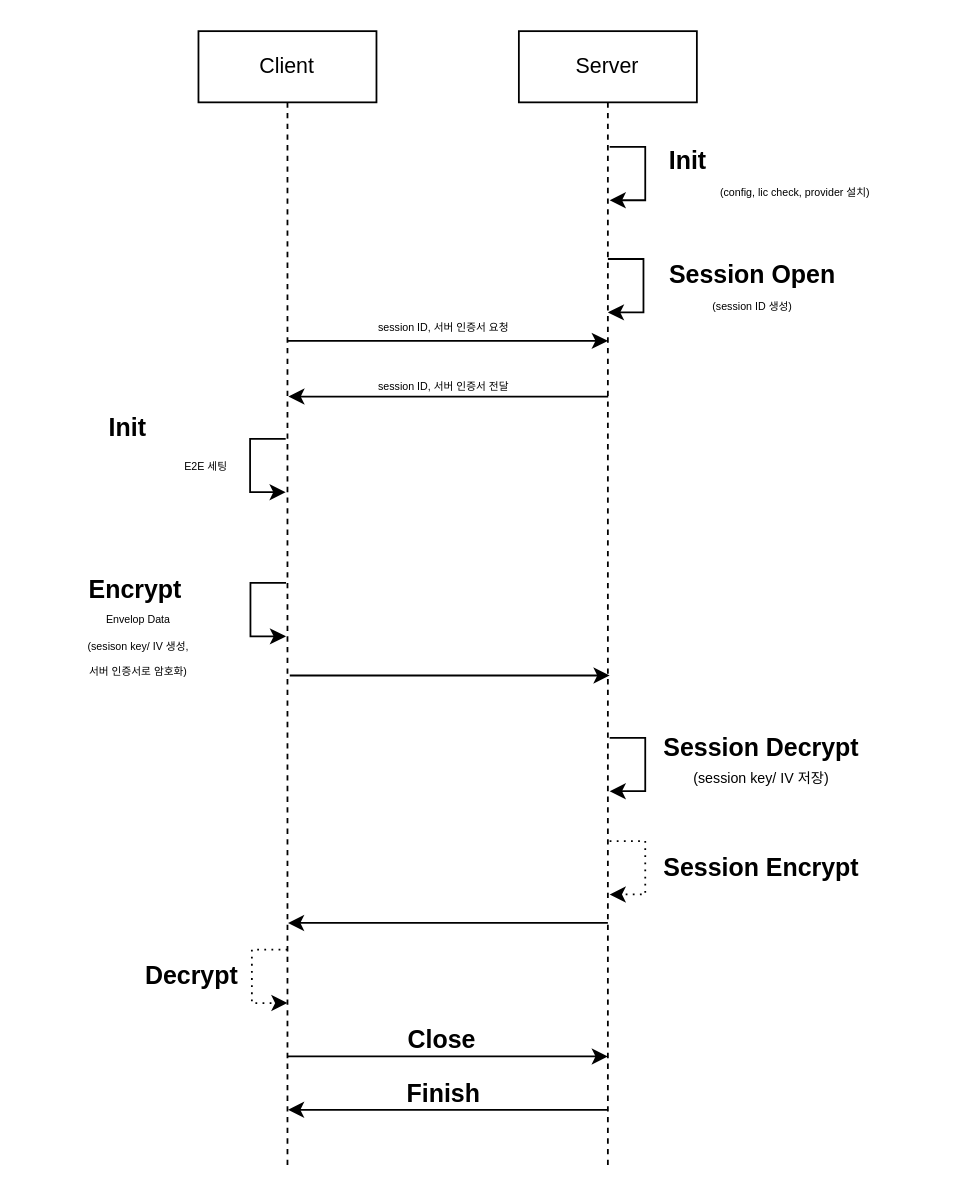
Before: 제목 없는 다이어그램.drawio in Gichan94/korea_b, a draw.io diagram. Source tidied: cells renumbered, new cells numbered last; positions are measured from the earlier drawing's top-left corner, leaving out a move shared by most shapes. Both pictures are drawn from the tidied source at 178%, with x=0, y=0 at pixel (30, 30).
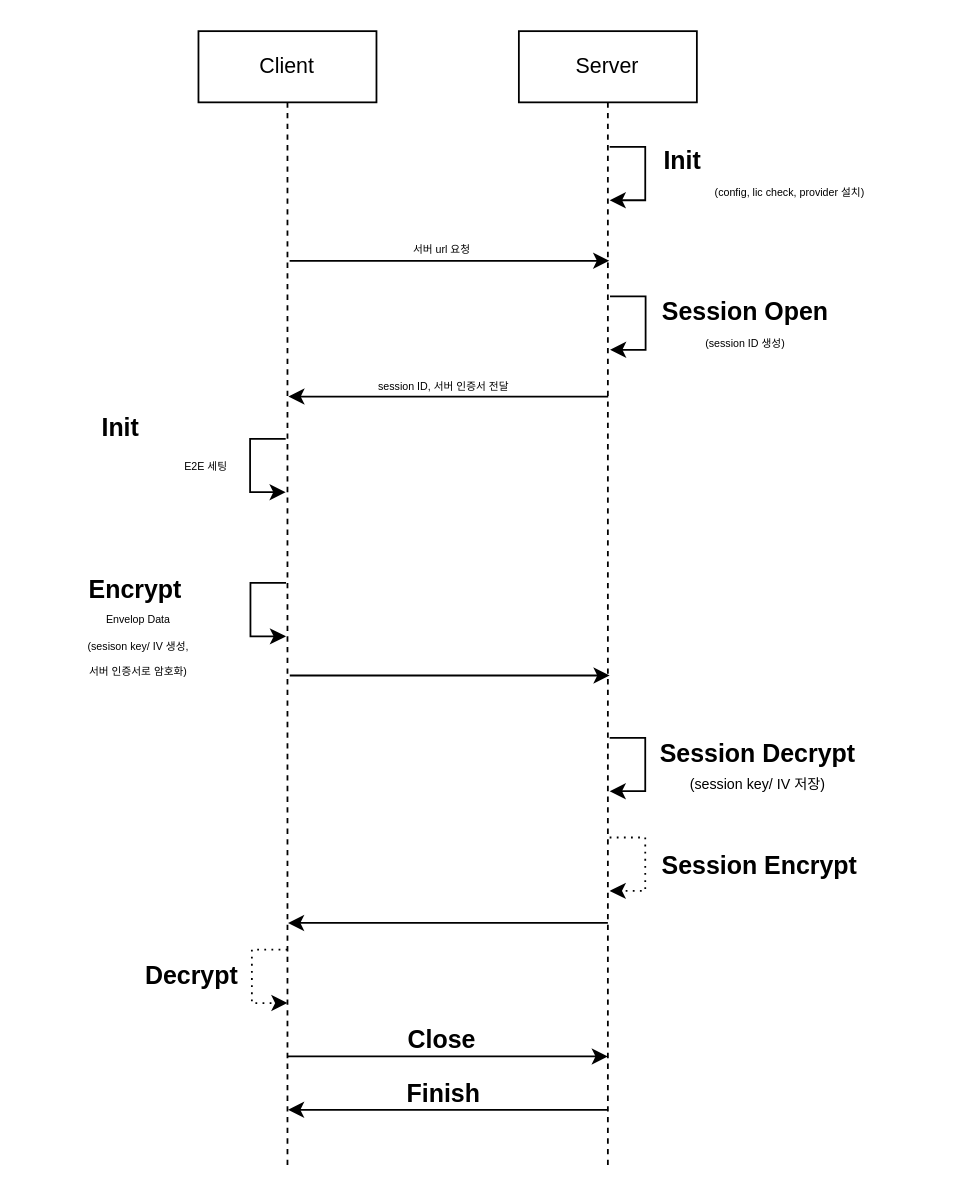
Above is the later version.

Commit message:
제목 없는 다이어그램.drawio 업데이트

The edit, as a diff of the source:
```diff
@@
     <mxCell id="4" value="&lt;font style=&quot;font-size: 14px;&quot;&gt;&lt;font style=&quot;&quot;&gt;&lt;b style=&quot;&quot;&gt;Init&amp;nbsp; &amp;nbsp; &amp;nbsp; &amp;nbsp;&lt;/b&gt;&lt;/font&gt;&amp;nbsp; &amp;nbsp; &amp;nbsp; &amp;nbsp; &amp;nbsp; &amp;nbsp; &amp;nbsp; &amp;nbsp; &amp;nbsp; &amp;nbsp; &amp;nbsp; &amp;nbsp;&amp;nbsp;&lt;/font&gt;&lt;br&gt;&lt;font style=&quot;font-size: 6px;&quot;&gt;(config, lic check, provider 설치)&lt;/font&gt;" style="text;html=1;align=center;verticalAlign=middle;strokeColor=none;fillColor=none;" parent="1" vertex="1">
-      <mxGeometry x="344.2" y="60" width="170" height="40" as="geometry" />
+      <mxGeometry x="341.2" y="60" width="170" height="40" as="geometry" />
     </mxCell>
@@
     <mxCell id="10" value="&lt;font style=&quot;font-size: 14px;&quot;&gt;&lt;b style=&quot;&quot;&gt;&lt;font style=&quot;&quot;&gt;Session Open&lt;/font&gt;&lt;/b&gt;&lt;br&gt;&lt;/font&gt;&lt;font style=&quot;font-size: 6px;&quot;&gt;(session ID 생성)&lt;/font&gt;" style="text;html=1;align=center;verticalAlign=middle;strokeColor=none;fillColor=none;" parent="1" vertex="1">
-      <mxGeometry x="345" y="124" width="120" height="40" as="geometry" />
+      <mxGeometry x="341.2" y="145" width="120" height="40" as="geometry" />
     </mxCell>
     <mxCell id="11" style="endArrow=classic;html=1;rounded=0;" parent="1" edge="1">
       <mxGeometry relative="1" as="geometry">
-        <mxPoint x="324" y="128" as="sourcePoint" />
-        <mxPoint x="324" y="158" as="targetPoint" />
+        <mxPoint x="325.2" y="149" as="sourcePoint" />
+        <mxPoint x="325.2" y="179" as="targetPoint" />
         <Array as="points">
-          <mxPoint x="344" y="128" />
-          <mxPoint x="344" y="158" />
+          <mxPoint x="345.2" y="149" />
+          <mxPoint x="345.2" y="179" />
         </Array>
       </mxGeometry>
     </mxCell>
@@
     <mxCell id="21" value="&lt;font style=&quot;font-size: 14px;&quot;&gt;&lt;b style=&quot;&quot;&gt;Session Decrypt&lt;/b&gt;&lt;/font&gt;&lt;br&gt;&lt;font style=&quot;font-size: 8px;&quot;&gt;(session key/ IV 저장)&lt;/font&gt;" style="text;html=1;align=center;verticalAlign=middle;strokeColor=none;fillColor=none;" parent="1" vertex="1">
-      <mxGeometry x="345" y="390" width="130" height="40" as="geometry" />
+      <mxGeometry x="343" y="393" width="130" height="40" as="geometry" />
     </mxCell>
     <mxCell id="22" style="endArrow=classic;html=1;rounded=0;dashed=1;dashPattern=1 3;" parent="1" edge="1">
       <mxGeometry relative="1" as="geometry">
-        <mxPoint x="325" y="455" as="sourcePoint" />
-        <mxPoint x="325" y="485" as="targetPoint" />
+        <mxPoint x="325" y="453" as="sourcePoint" />
+        <mxPoint x="325" y="483" as="targetPoint" />
         <Array as="points">
-          <mxPoint x="345" y="455" />
-          <mxPoint x="345" y="485" />
+          <mxPoint x="345" y="453" />
+          <mxPoint x="345" y="483" />
         </Array>
       </mxGeometry>
     </mxCell>
@@
     <mxCell id="25" style="endArrow=classic;html=1;rounded=0;" parent="1" edge="1">
       <mxGeometry relative="1" as="geometry">
-        <mxPoint x="144.3" y="174" as="sourcePoint" />
-        <mxPoint x="324" y="174" as="targetPoint" />
+        <mxPoint x="145.2" y="129" as="sourcePoint" />
+        <mxPoint x="324.8" y="129" as="targetPoint" />
         <Array as="points">
-          <mxPoint x="230.5" y="174" />
+          <mxPoint x="231.3" y="129" />
         </Array>
       </mxGeometry>
     </mxCell>
-    <mxCell id="26" value="&lt;font style=&quot;font-size: 6px;&quot;&gt;session ID, 서버 인증서 요청&lt;/font&gt;" style="text;html=1;strokeColor=none;fillColor=none;align=center;verticalAlign=middle;whiteSpace=wrap;overflow=hidden;" parent="1" vertex="1">
-      <mxGeometry x="137" y="155" width="190" height="20" as="geometry" />
-    </mxCell>
     <mxCell id="27" value="&lt;b style=&quot;&quot;&gt;&lt;font style=&quot;font-size: 14px;&quot;&gt;Init&lt;/font&gt;&lt;/b&gt;" style="text;html=1;align=center;verticalAlign=middle;strokeColor=none;fillColor=none;" parent="1" vertex="1">
-      <mxGeometry x="34" y="208" width="40" height="30" as="geometry" />
+      <mxGeometry x="30" y="208" width="40" height="30" as="geometry" />
     </mxCell>
     <mxCell id="28" value="&lt;font style=&quot;font-size: 14px;&quot;&gt;&lt;b&gt;Session Encrypt&lt;/b&gt;&lt;/font&gt;" style="text;html=1;align=center;verticalAlign=middle;strokeColor=none;fillColor=none;" parent="1" vertex="1">
-      <mxGeometry x="345" y="455" width="130" height="30" as="geometry" />
+      <mxGeometry x="344.2" y="454" width="130" height="30" as="geometry" />
     </mxCell>
+    <mxCell id="29" value="&lt;span style=&quot;font-size: 6px;&quot;&gt;서버 url 요청&lt;/span&gt;" style="text;html=1;strokeColor=none;fillColor=none;align=center;verticalAlign=middle;whiteSpace=wrap;overflow=hidden;" parent="1" vertex="1">
+      <mxGeometry x="136" y="111" width="190" height="20" as="geometry" />
+    </mxCell>
```
